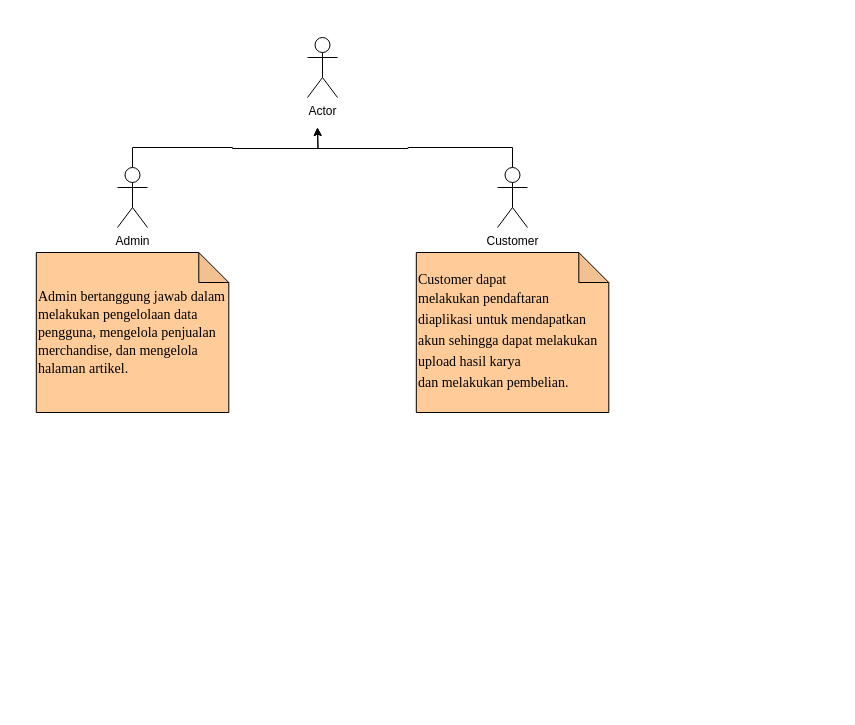
AjiBegawan/KP_2021 keeps this draw.io diagram as LAPORAN AKHIR/Diagram/UC Aktor.drawio. Above is the earlier version. Source tidied: cells renumbered, new cells numbered last; positions are measured from the earlier drawing's top-left corner, leaving out a move shared by most shapes. Both pictures are drawn from the tidied source at 100%, with x=0, y=0 at pixel (36, 37).
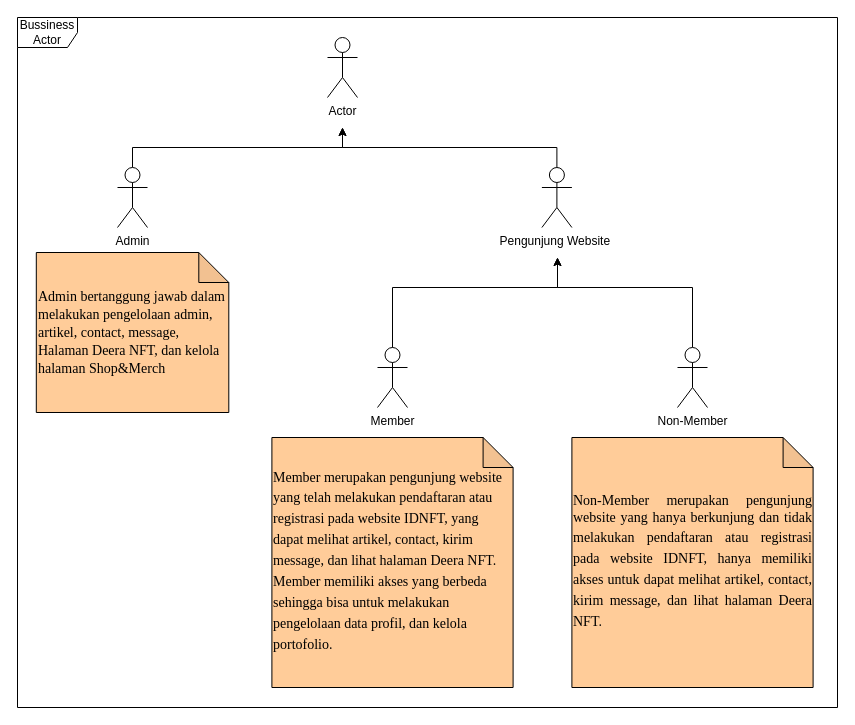
The same page after the edit.

Unchanged cells that the change refers to:
```xml
<mxCell id="6" value="Admin" style="shape=umlActor;verticalLabelPosition=bottom;labelBackgroundColor=#ffffff;verticalAlign=top;html=1;outlineConnect=0;" parent="1" vertex="1">
  <mxGeometry x="81" y="130" width="30" height="60" as="geometry" />
</mxCell>
```

The edit, as a diff of the source:
```diff
@@
     <mxCell id="2" value="Actor" style="shape=umlActor;verticalLabelPosition=bottom;labelBackgroundColor=#ffffff;verticalAlign=top;html=1;" parent="1" vertex="1">
-      <mxGeometry x="271" width="30" height="60" as="geometry" />
+      <mxGeometry x="291" width="30" height="60" as="geometry" />
     </mxCell>
     <mxCell id="3" style="edgeStyle=orthogonalEdgeStyle;rounded=0;jettySize=auto;html=1;exitX=0.5;exitY=0;exitDx=0;exitDy=0;exitPerimeter=0;" parent="1" edge="1" source="4">
       <mxGeometry relative="1" as="geometry">
-        <mxPoint x="281" y="90" as="targetPoint" />
+        <mxPoint x="306" y="90" as="targetPoint" />
+        <Array as="points">
+          <mxPoint x="520" y="110" />
+          <mxPoint x="306" y="110" />
+        </Array>
       </mxGeometry>
     </mxCell>
-    <mxCell id="4" value="Customer" style="shape=umlActor;verticalLabelPosition=bottom;labelBackgroundColor=#ffffff;verticalAlign=top;html=1;outlineConnect=0;" parent="1" vertex="1">
-      <mxGeometry x="461" y="130" width="30" height="60" as="geometry" />
+    <mxCell id="4" value="Pengunjung Website&amp;nbsp;" style="shape=umlActor;verticalLabelPosition=bottom;labelBackgroundColor=#ffffff;verticalAlign=top;html=1;outlineConnect=0;" parent="1" vertex="1">
+      <mxGeometry x="505.4" y="130" width="30" height="60" as="geometry" />
     </mxCell>
     <mxCell id="5" style="edgeStyle=orthogonalEdgeStyle;rounded=0;jettySize=auto;html=1;exitX=0.5;exitY=0;exitDx=0;exitDy=0;exitPerimeter=0;" parent="1" edge="1" source="6">
       <mxGeometry relative="1" as="geometry">
-        <mxPoint x="281" y="90" as="targetPoint" />
+        <mxPoint x="306" y="90" as="targetPoint" />
+        <Array as="points">
+          <mxPoint x="96" y="110" />
+          <mxPoint x="306" y="110" />
+        </Array>
       </mxGeometry>
     </mxCell>
@@
-    <mxCell id="7" value="&lt;span style=&quot;line-height: 150% ; font-family: &amp;#34;times new roman&amp;#34; , serif&quot;&gt;&lt;font style=&quot;font-size: 14px&quot;&gt;Admin bertanggung jawab dalam melakukan pengelolaan data pengguna, mengelola penjualan merchandise, dan mengelola halaman artikel.&amp;nbsp;&lt;/font&gt;&lt;/span&gt;" style="shape=note;whiteSpace=wrap;html=1;backgroundOutline=1;darkOpacity=0.05;align=left;fillColor=#FFCC99;" parent="1" vertex="1">
+    <mxCell id="7" value="&lt;span style=&quot;line-height: 150% ; font-family: &amp;#34;times new roman&amp;#34; , serif&quot;&gt;&lt;font style=&quot;font-size: 14px&quot;&gt;Admin bertanggung jawab dalam melakukan pengelolaan admin, artikel, contact, message, Halaman Deera NFT, dan kelola halaman Shop&amp;amp;Merch&lt;/font&gt;&lt;/span&gt;" style="shape=note;whiteSpace=wrap;html=1;backgroundOutline=1;darkOpacity=0.05;align=left;fillColor=#FFCC99;" parent="1" vertex="1">
       <mxGeometry x="-0.2" y="215" width="192.5" height="160" as="geometry" />
     </mxCell>
-    <mxCell id="8" value="&lt;font face=&quot;Times New Roman&quot; style=&quot;font-size: 14px&quot;&gt;Customer dapat melakukan&amp;nbsp;&lt;span style=&quot;line-height: 150%&quot;&gt;pendaftaran&lt;br&gt;diaplikasi untuk mendapatkan akun sehingga dapat melakukan upload hasil karya&lt;br&gt;dan melakukan pembelian.&amp;nbsp;&lt;/span&gt;&lt;/font&gt;" style="shape=note;whiteSpace=wrap;html=1;backgroundOutline=1;darkOpacity=0.05;align=left;fillColor=#FFCC99;" parent="1" vertex="1">
-      <mxGeometry x="379.8" y="215" width="192.5" height="160" as="geometry" />
+    <mxCell id="8" value="&lt;font face=&quot;Times New Roman&quot; style=&quot;font-size: 14px&quot;&gt;Member merupakan pengunjung website yang telah melakukan&amp;nbsp;&lt;span style=&quot;line-height: 150%&quot;&gt;pendaftaran atau registrasi pada website IDNFT, yang dapat melihat artikel, contact, kirim message, dan lihat halaman Deera NFT. Member memiliki akses yang berbeda sehingga bisa untuk melakukan pengelolaan data profil, dan kelola portofolio.&lt;br&gt;&lt;/span&gt;&lt;/font&gt;" style="shape=note;whiteSpace=wrap;html=1;backgroundOutline=1;darkOpacity=0.05;align=left;fillColor=#FFCC99;" parent="1" vertex="1">
+      <mxGeometry x="235.4" y="400" width="241.2" height="250" as="geometry" />
     </mxCell>
+    <mxCell id="9" style="edgeStyle=orthogonalEdgeStyle;rounded=0;jettySize=auto;html=1;exitX=0.5;exitY=0;exitDx=0;exitDy=0;exitPerimeter=0;" parent="1" edge="1" source="10">
+      <mxGeometry relative="1" as="geometry">
+        <mxPoint x="521" y="220" as="targetPoint" />
+        <Array as="points">
+          <mxPoint x="656" y="250" />
+          <mxPoint x="521" y="250" />
+        </Array>
+      </mxGeometry>
+    </mxCell>
+    <mxCell id="10" value="Non-Member" style="shape=umlActor;verticalLabelPosition=bottom;labelBackgroundColor=#ffffff;verticalAlign=top;html=1;outlineConnect=0;" parent="1" vertex="1">
+      <mxGeometry x="641" y="310" width="30" height="60" as="geometry" />
+    </mxCell>
+    <mxCell id="11" value="Member" style="shape=umlActor;verticalLabelPosition=bottom;labelBackgroundColor=#ffffff;verticalAlign=top;html=1;outlineConnect=0;" parent="1" vertex="1">
+      <mxGeometry x="341" y="310" width="30" height="60" as="geometry" />
+    </mxCell>
+    <mxCell id="12" style="edgeStyle=orthogonalEdgeStyle;rounded=0;jettySize=auto;html=1;exitX=0.5;exitY=0;exitDx=0;exitDy=0;exitPerimeter=0;" parent="1" edge="1" source="11">
+      <mxGeometry relative="1" as="geometry">
+        <mxPoint x="521" y="220" as="targetPoint" />
+        <Array as="points">
+          <mxPoint x="356" y="250" />
+          <mxPoint x="521" y="250" />
+        </Array>
+      </mxGeometry>
+    </mxCell>
+    <mxCell id="13" value="&lt;div style=&quot;text-align: justify&quot;&gt;&lt;span style=&quot;font-size: 14px ; font-family: &amp;#34;times new roman&amp;#34;&quot;&gt;Non-Member merupakan pengunjung website yang hanya berkunjung dan tidak melakukan&amp;nbsp;&lt;/span&gt;&lt;span style=&quot;font-size: 14px ; font-family: &amp;#34;times new roman&amp;#34; ; line-height: 150%&quot;&gt;pendaftaran atau registrasi pada website IDNFT, hanya memiliki akses untuk dapat melihat artikel, contact, kirim message, dan lihat halaman Deera NFT.&lt;/span&gt;&lt;/div&gt;" style="shape=note;whiteSpace=wrap;html=1;backgroundOutline=1;darkOpacity=0.05;align=left;fillColor=#FFCC99;" parent="1" vertex="1">
+      <mxGeometry x="535.4" y="400" width="241.2" height="250" as="geometry" />
+    </mxCell>
+    <mxCell id="14" value="Bussiness&lt;br&gt;Actor" style="shape=umlFrame;whiteSpace=wrap;html=1;" parent="1" vertex="1">
+      <mxGeometry x="-19" y="-20" width="820" height="690" as="geometry" />
+    </mxCell>
```
